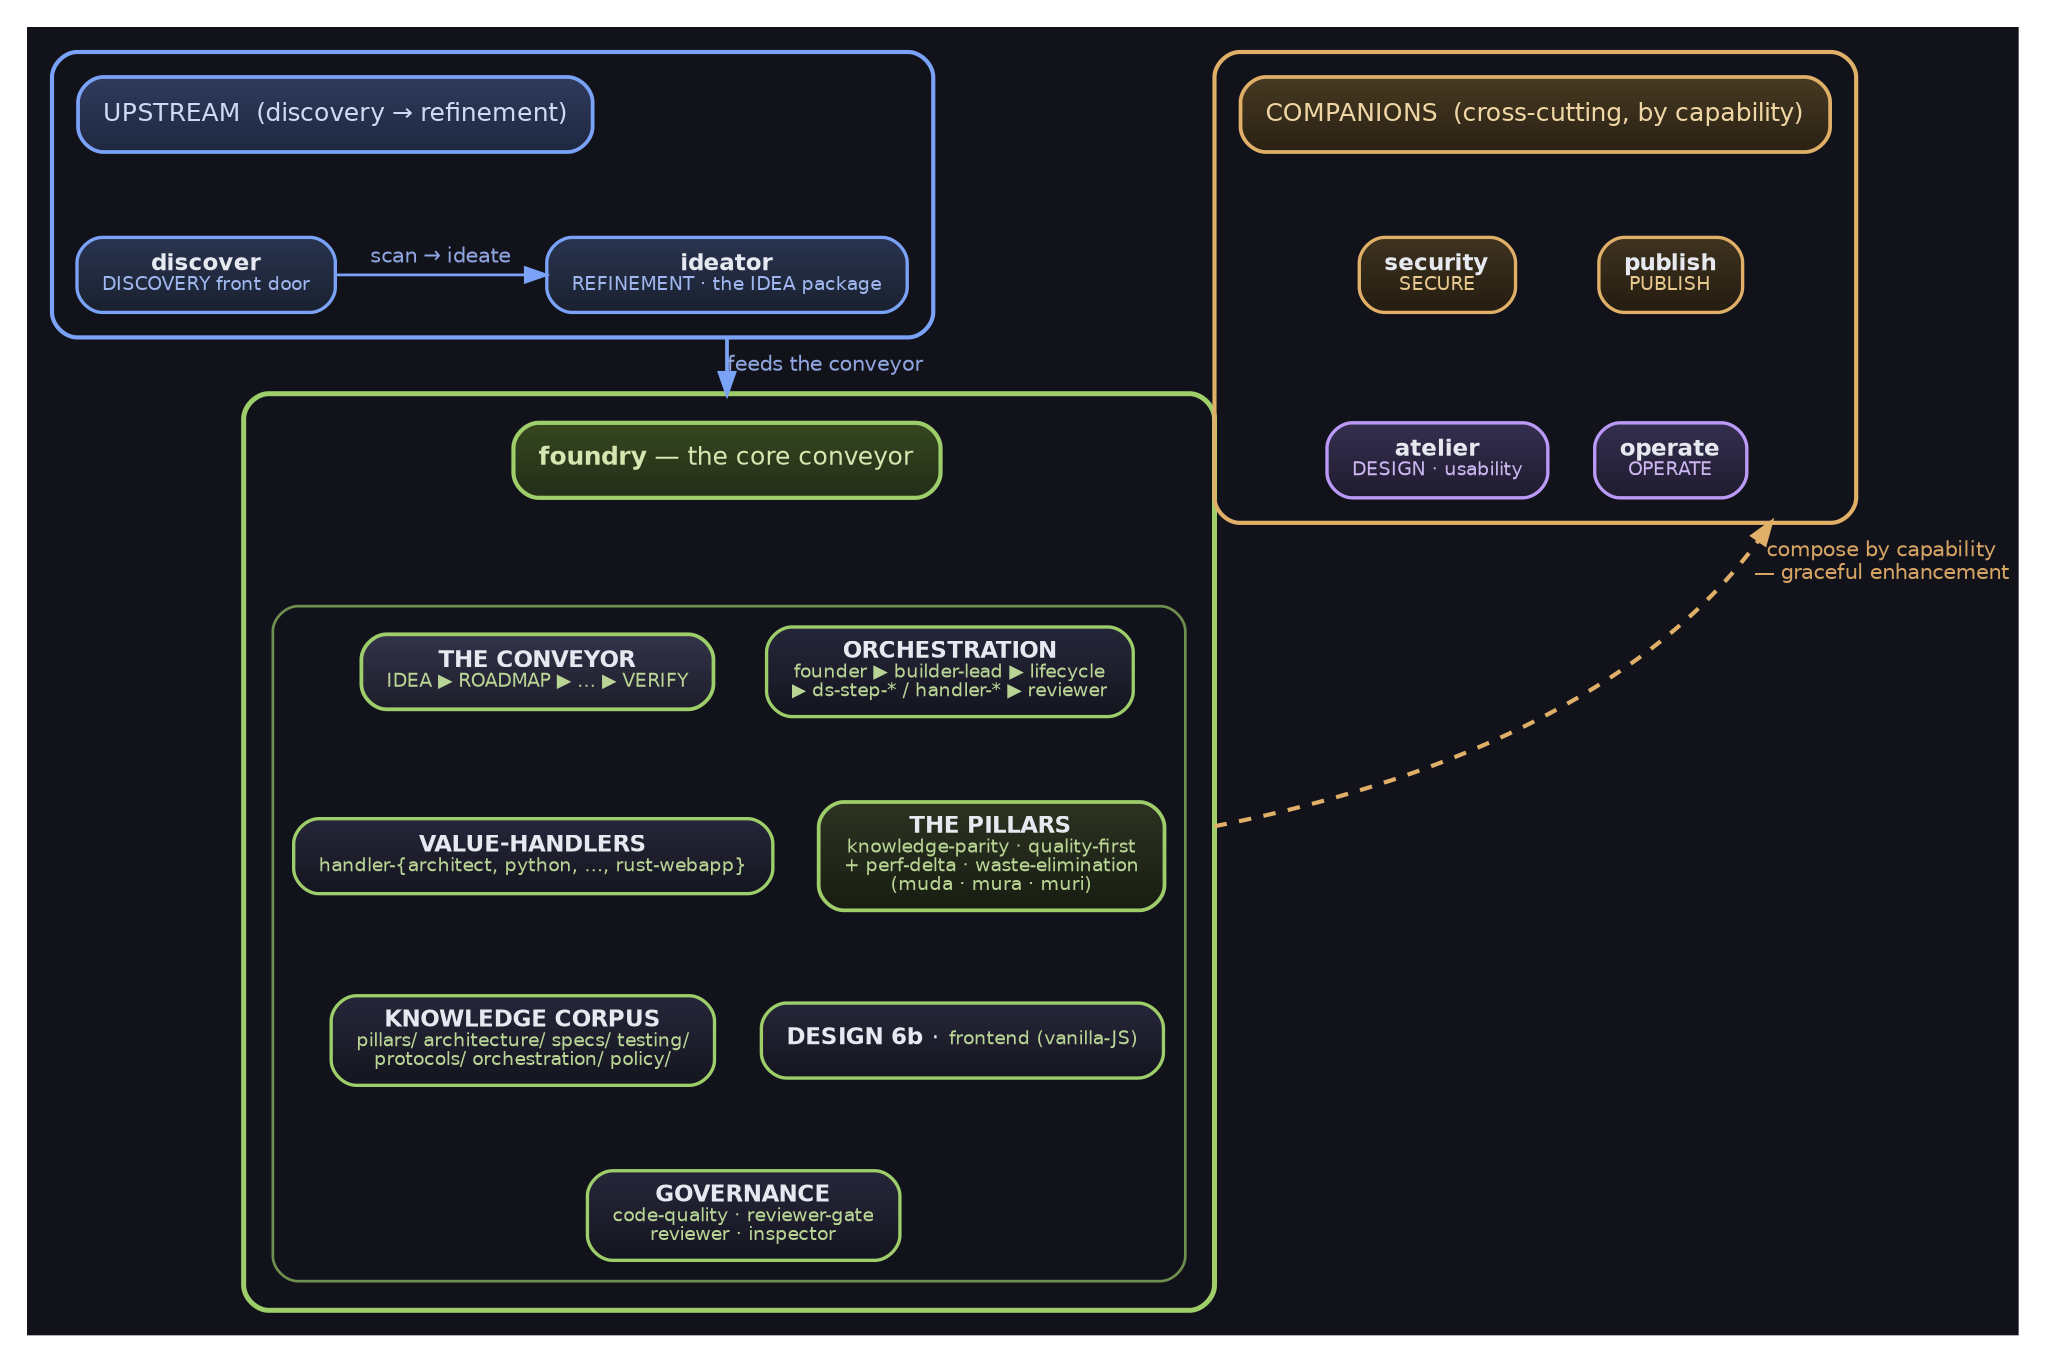
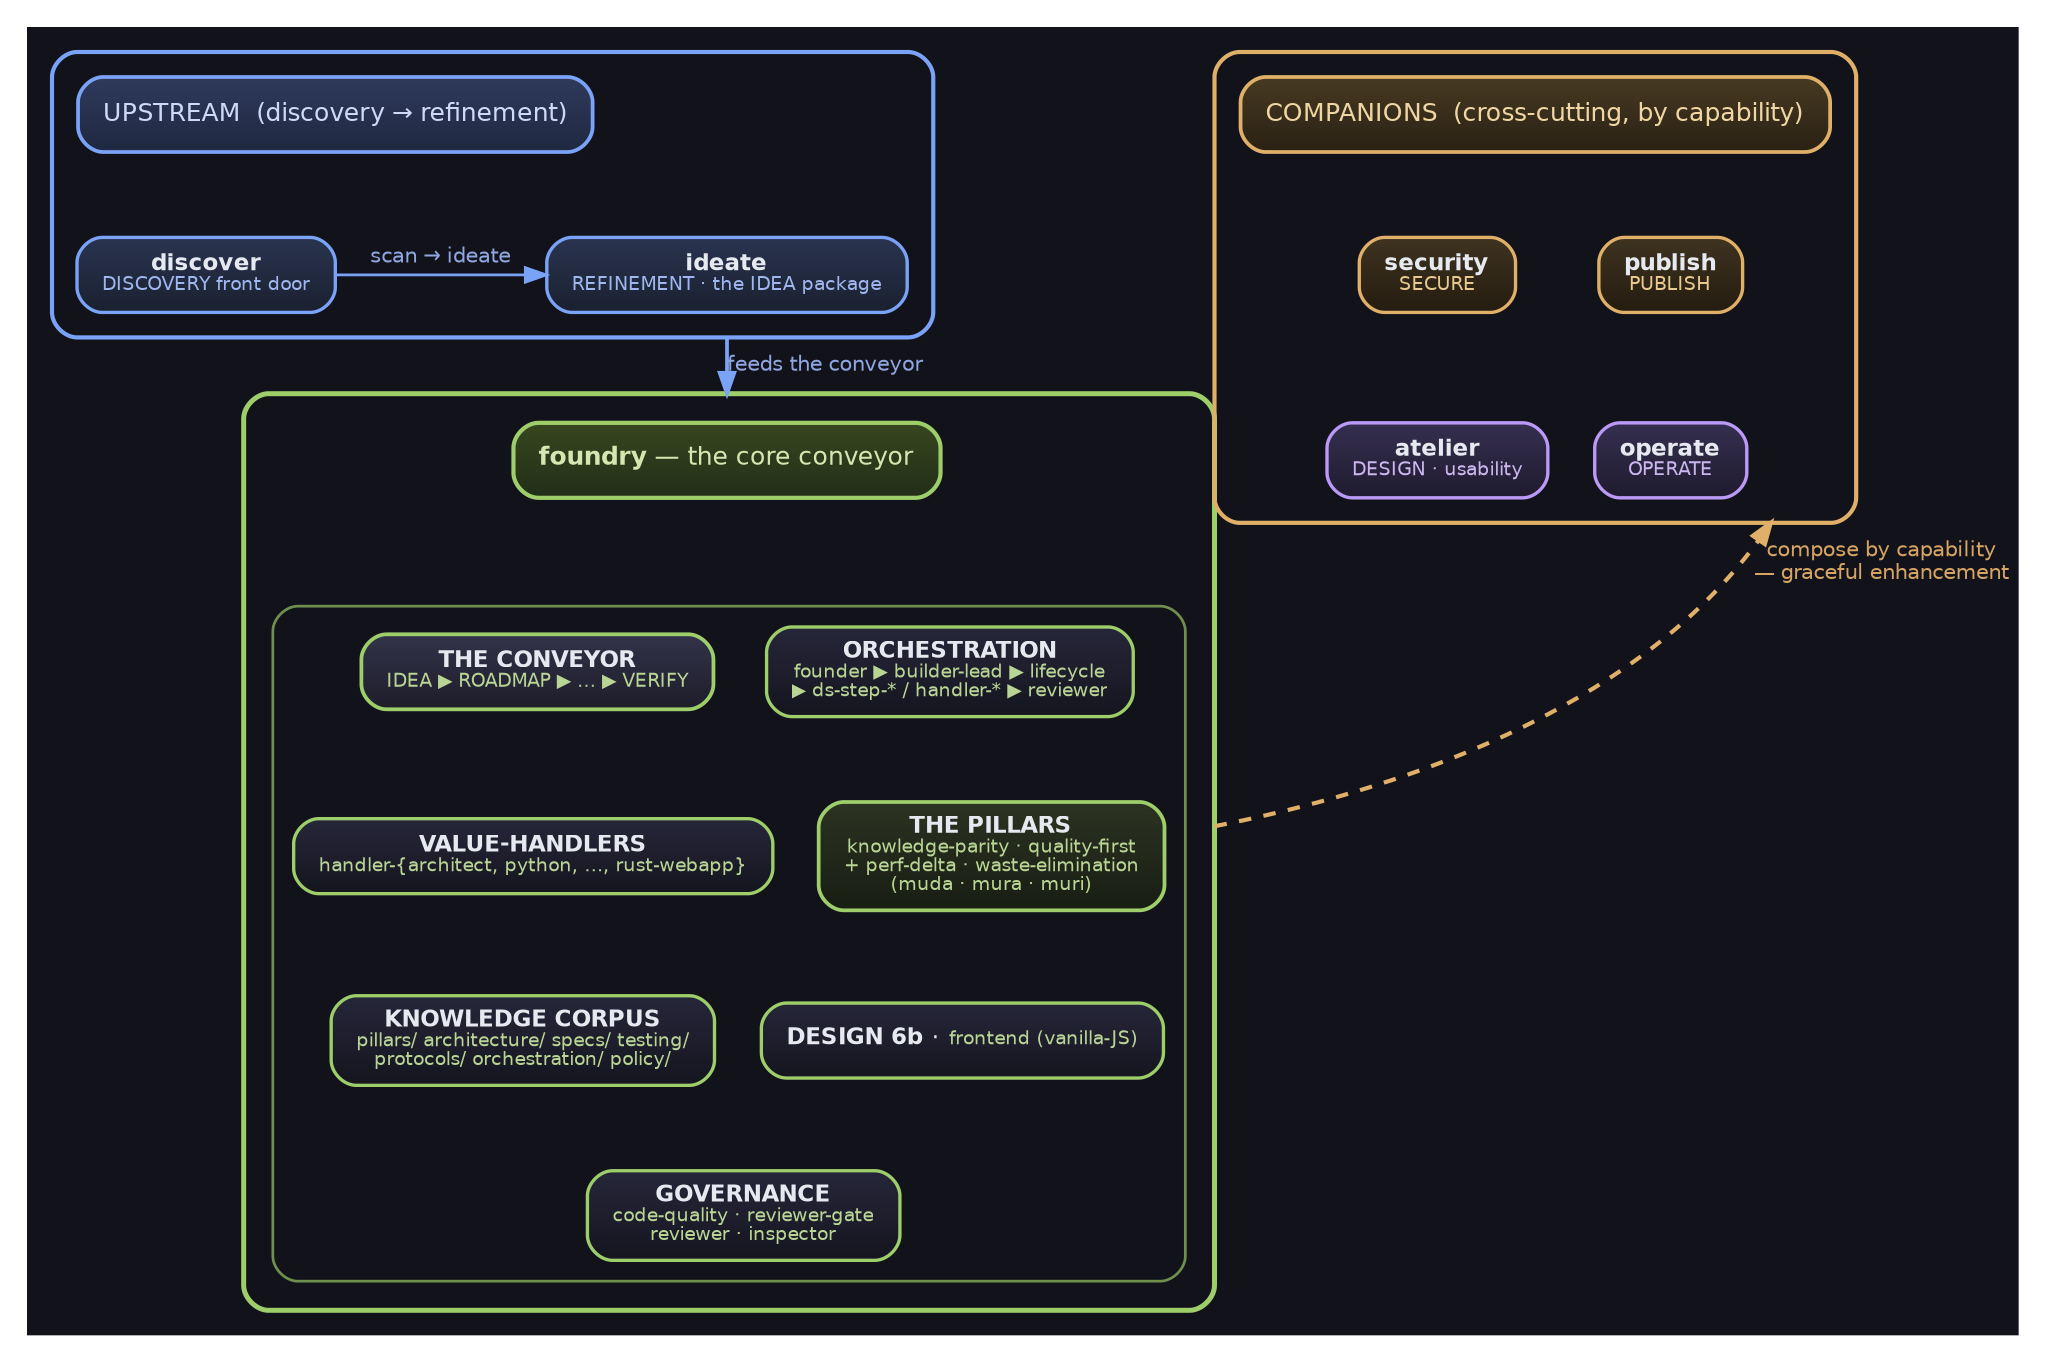
digraph DomainArchB {
  bgcolor="#12121b"
  rankdir=TB
  compound=true
  newrank=true
  nodesep=0.30
  ranksep=0.55
  margin=0.18
  fontname="DejaVu Sans"

  // node default carries a top-lit vertical gradient (lighter top → darker bottom) so every
  // filled box reads as a raised plate (graphviz-native depth; gradientangle=270 = top→bottom).
  node [shape=box, style="filled,rounded", fillcolor="#26263a:#15151f", gradientangle=270,
        color="#9aa2c0", fontcolor="#e6e9f0", fontname="DejaVu Sans", fontsize=11,
        penwidth=1.6, margin="0.16,0.10"]
  edge [color="#9aa2c0", fontcolor="#b8bed0", fontname="DejaVu Sans",
        fontsize=10, penwidth=1.3]

  // Cluster titles ride ON a filled accent chip so the cluster NAME clears BOTH
  // grounds (a plain cluster label on transparent ground washes out on white).

  // ================= UPSTREAM lane (top) =================
  subgraph cluster_upstream {
    label=""
    style="rounded"; color="#7aa2f7"; penwidth=2.0; bgcolor="transparent"; margin=12

    up_title [label="UPSTREAM  (discovery → refinement)", shape=box,
              style="filled,rounded", fillcolor="#2f3a5c:#1f2840", color="#7aa2f7",
              fontcolor="#cdd9f6", fontsize=12, penwidth=1.8]
    scanner [label=<<b>discover</b><br/><font point-size="9" color="#9fb6ee">DISCOVERY front door</font>>,
             fillcolor="#2a3450:#19202f", color="#7aa2f7"]
-     ideator [label=<<b>ideator</b><br/><font point-size="9" color="#9fb6ee">REFINEMENT &middot; the IDEA package</font>>,
+     ideate [label=<<b>ideate</b><br/><font point-size="9" color="#9fb6ee">REFINEMENT &middot; the IDEA package</font>>,
             fillcolor="#2a3450:#19202f", color="#7aa2f7"]

-     // scan → ideate: discover LEFT, ideator RIGHT, arrow points right (reading order)
-     { rank=same; scanner; ideator }
+     // scan → ideate: discover LEFT, ideate RIGHT, arrow points right (reading order)
+     { rank=same; scanner; ideate }
    up_title -> scanner [style=invis]
-     scanner -> ideator [label="  scan → ideate  ", fontcolor="#8fa6e0", color="#7aa2f7",
+     scanner -> ideate [label="  scan → ideate  ", fontcolor="#8fa6e0", color="#7aa2f7",
                        weight=20]
  }

  // ================= CORE foundry (middle) =================
  subgraph cluster_core {
    label=""
    style="rounded"; color="#9ece6a"; penwidth=2.4; bgcolor="transparent"; margin=14

    core_title [label=<<b>foundry</b> &mdash; the core conveyor>, shape=box,
                style="filled,rounded", fillcolor="#36471f:#222e18", color="#9ece6a",
                fontcolor="#d4e7b0", fontsize=12, penwidth=2.0]

    subgraph cluster_core_cells {
      label=""
      style="rounded"; color="#6f8f4e"; penwidth=1.3; bgcolor="transparent"; margin=10

      cell_conveyor [label=<<b>THE CONVEYOR</b><br/><font point-size="9" color="#b9d595">IDEA ▶ ROADMAP ▶ … ▶ VERIFY</font>>,
                     fillcolor="#33334a:#1d1d2a", color="#9ece6a", penwidth=1.8]
      cell_orch [label=<<b>ORCHESTRATION</b><br/><font point-size="9" color="#b9d595">founder ▶ builder-lead ▶ lifecycle<br/>▶ ds-step-* / handler-* ▶ reviewer</font>>,
                 fillcolor="#26263a:#15151f", color="#9ece6a"]
      cell_handlers [label=<<b>VALUE-HANDLERS</b><br/><font point-size="9" color="#b9d595">handler-{architect, python, &hellip;, rust-webapp}</font>>,
                     fillcolor="#26263a:#15151f", color="#9ece6a"]
      cell_pillars [label=<<b>THE PILLARS</b><br/><font point-size="9" color="#b9d595">knowledge-parity &middot; quality-first<br/>+ perf-delta &middot; waste-elimination<br/>(muda &middot; mura &middot; muri)</font>>,
                    fillcolor="#2c3322:#181d12", color="#9ece6a", penwidth=1.8]
      cell_corpus [label=<<b>KNOWLEDGE CORPUS</b><br/><font point-size="9" color="#b9d595">pillars/ architecture/ specs/ testing/<br/>protocols/ orchestration/ policy/</font>>,
                   fillcolor="#26263a:#15151f", color="#9ece6a"]
      cell_design [label=<<b>DESIGN 6b</b> &middot; <font point-size="9" color="#b9d595">frontend (vanilla-JS)</font>>,
                   fillcolor="#26263a:#15151f", color="#9ece6a"]
      cell_gov [label=<<b>GOVERNANCE</b><br/><font point-size="9" color="#b9d595">code-quality &middot; reviewer-gate<br/>reviewer &middot; inspector</font>>,
                fillcolor="#26263a:#15151f", color="#9ece6a"]

      // fold the 7 cells into a 2-wide grid so the core box stays compact
      { rank=same; cell_conveyor;  cell_orch }
      { rank=same; cell_handlers;  cell_pillars }
      { rank=same; cell_corpus;    cell_design }
      cell_conveyor  -> cell_handlers [style=invis]
      cell_orch      -> cell_pillars  [style=invis]
      cell_handlers  -> cell_corpus   [style=invis]
      cell_pillars   -> cell_design   [style=invis]
      cell_corpus    -> cell_gov      [style=invis]
      cell_design    -> cell_gov      [style=invis]
    }

    core_title -> cell_conveyor [style=invis]
    core_title -> cell_orch     [style=invis]
  }

  // ================= COMPANIONS lane (bottom) =================
  subgraph cluster_companions {
    label=""
    style="rounded"; color="#e0af68"; penwidth=2.0; bgcolor="transparent"; margin=12

    co_title [label="COMPANIONS  (cross-cutting, by capability)", shape=box,
              style="filled,rounded", fillcolor="#473a22:#2a2114", color="#e0af68",
              fontcolor="#f0d6a4", fontsize=12, penwidth=1.8]
    security [label=<<b>security</b><br/><font point-size="9" color="#e8c98f">SECURE</font>>,
              fillcolor="#3f3320:#241c10", color="#e0af68"]
    publish [label=<<b>publish</b><br/><font point-size="9" color="#e8c98f">PUBLISH</font>>,
               fillcolor="#3f3320:#241c10", color="#e0af68"]
    atelier [label=<<b>atelier</b><br/><font point-size="9" color="#cbb6f0">DESIGN &middot; usability</font>>,
             fillcolor="#352f50:#1f1b2e", color="#bb9af7"]
    mission [label=<<b>operate</b><br/><font point-size="9" color="#cbb6f0">OPERATE</font>>,
             fillcolor="#352f50:#1f1b2e", color="#bb9af7"]

    // clean 2×2 grid DIRECTLY beneath the title bar (no L-shaped spill)
    { rank=same; security;  publish }
    { rank=same; atelier;   mission }
    co_title  -> security  [style=invis]
    co_title  -> publish [style=invis]
    security  -> atelier   [style=invis, weight=10]
    publish -> mission   [style=invis, weight=10]
  }

  // ================= cross-lane flow =================
-   ideator -> core_title [ltail=cluster_upstream, lhead=cluster_core,
+   ideate -> core_title [ltail=cluster_upstream, lhead=cluster_core,
                         label="feeds the conveyor", color="#7aa2f7",
                         fontcolor="#8fa6e0", penwidth=1.8, weight=20]

  // ONE group→group edge: companions cluster cross-cuts the WHOLE foundry.
  // ltail/lhead clip the edge to BOTH cluster boundaries — it terminates on the
  // core BOUNDARY, not a single inner cell, so it reads as whole-foundry enhancement.
  cell_pillars -> security [ltail=cluster_core, lhead=cluster_companions,
                            label="compose by capability\n— graceful enhancement",
                            color="#e0af68", fontcolor="#d6a463", style=dashed,
                            penwidth=2.0, dir=both, arrowtail=none, weight=1,
                            constraint=false]
}
